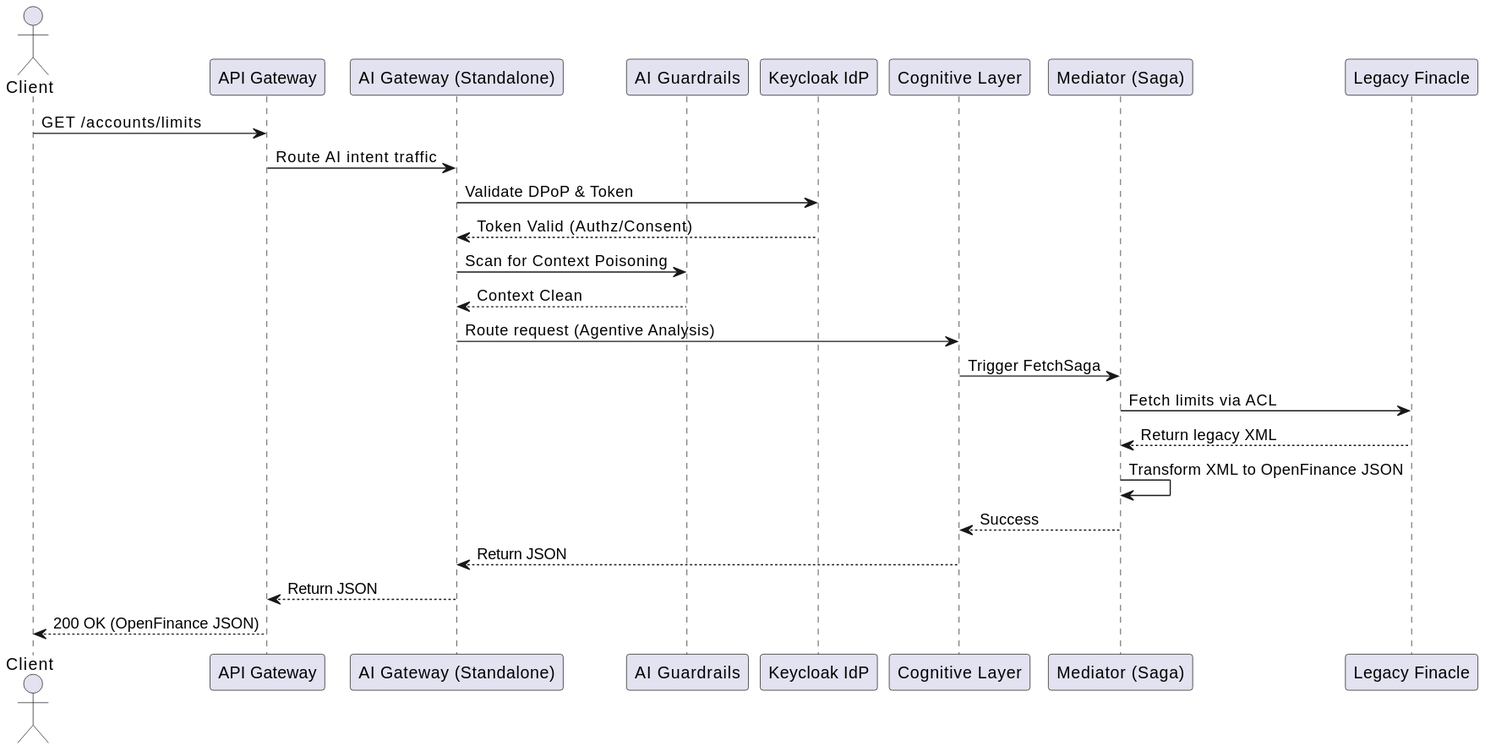
The PlantUML diagram docs/diagrams/rendered/Sequence_Diagram.svg in COPUR/OPF-Agentive-Platform, before a commit.
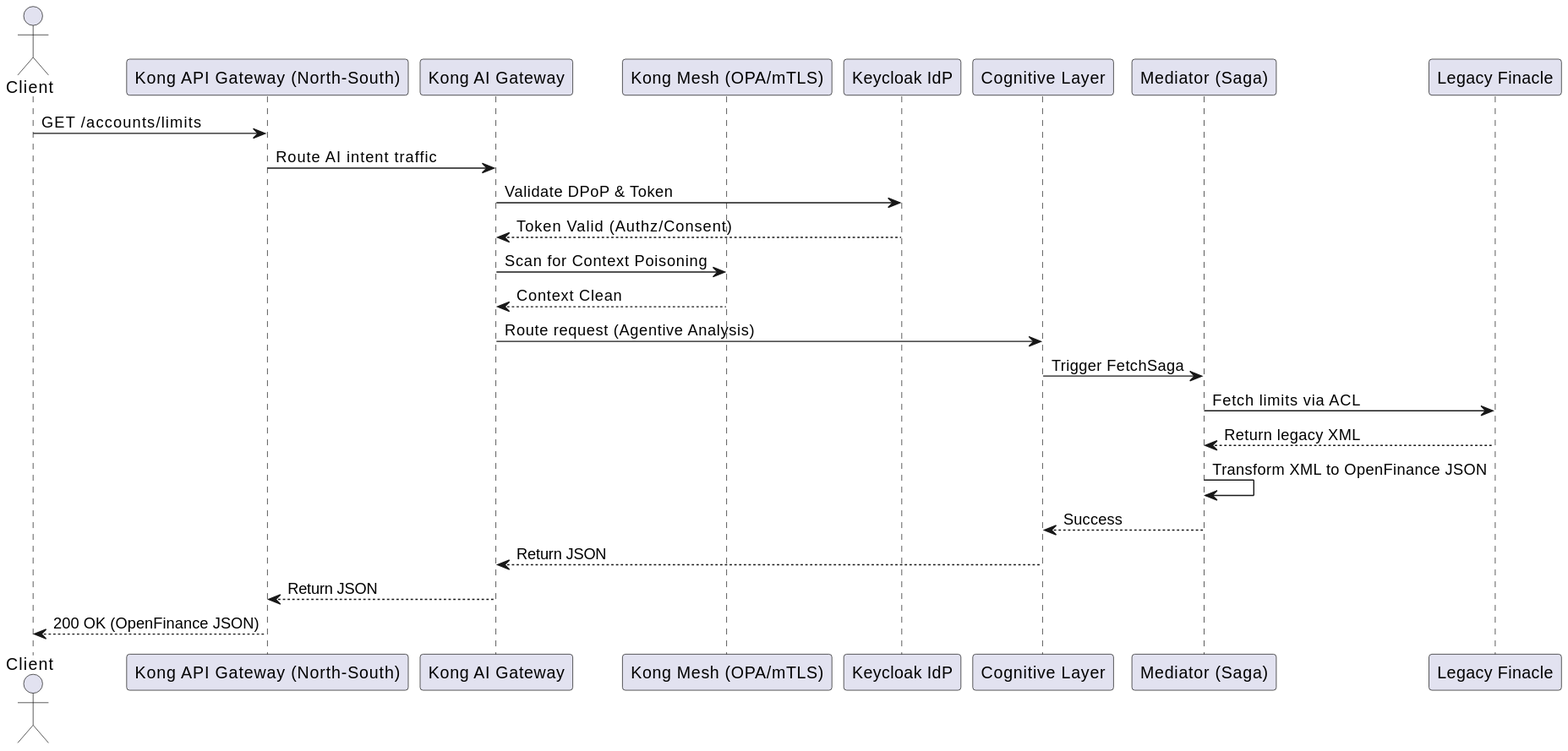
After the change.

Diff of the diagram source:
```diff
@@ -1,8 +1,8 @@
 @startuml
 actor Client
-participant "API Gateway" as GW
-participant "AI Gateway (Standalone)" as AIGW
-participant "AI Guardrails" as SEC
+participant "Kong API Gateway (North-South)" as GW
+participant "Kong AI Gateway" as AIGW
+participant "Kong Mesh (OPA/mTLS)" as SEC
 participant "Keycloak IdP" as IDP
 participant "Cognitive Layer" as COG
 participant "Mediator (Saga)" as MED
```
